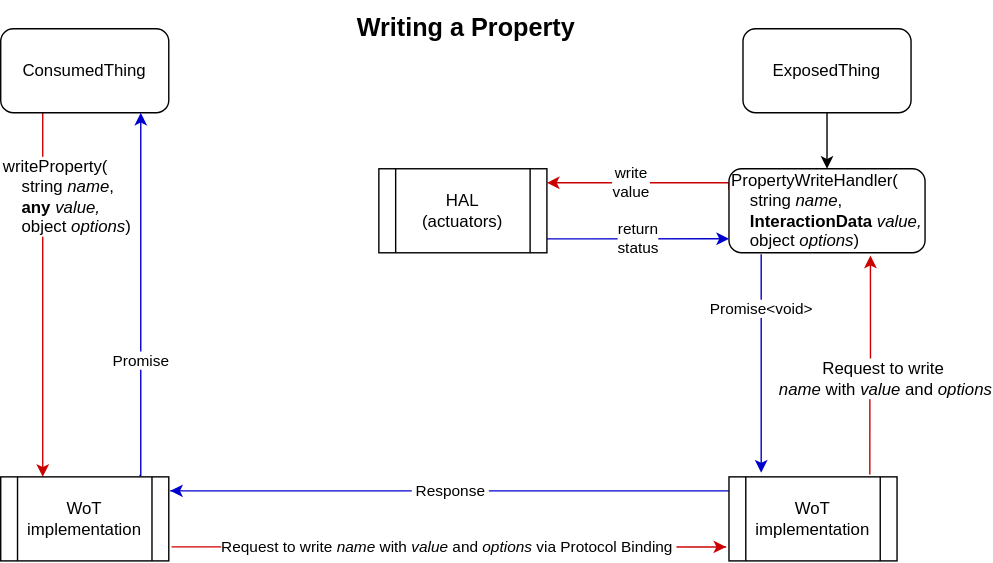
This is images/scripting-write-data.svg from w3c/wot-scripting-api, a draw.io export, as it was before one commit. Source tidied: cells renumbered, new cells last; positions are measured from the earlier drawing's top-left corner, leaving out a move shared by most shapes.
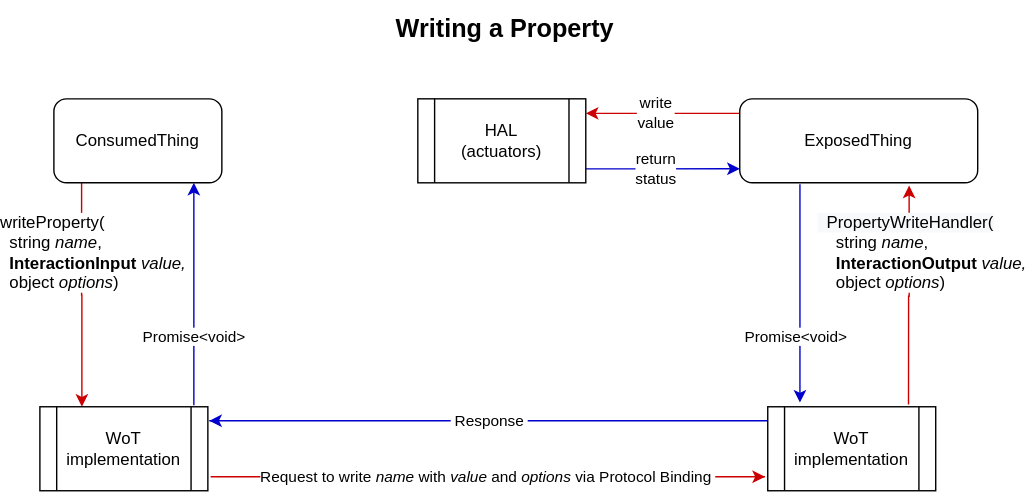
After the commit.

Commit message:
Introduce the InteractionInput type and InteractionOutput interface

What changed in the source:
```diff
@@ -2,11 +2,11 @@
   <root>
     <mxCell id="0" />
     <mxCell id="1" parent="0" />
-    <mxCell id="2" value="&lt;font style=&quot;font-size: 12px&quot;&gt;writeProperty(&lt;br&gt;&amp;nbsp; &amp;nbsp; string &lt;i&gt;name&lt;/i&gt;, &lt;br&gt;&lt;b&gt;&amp;nbsp; &amp;nbsp; any &lt;/b&gt;&lt;i&gt;value,&lt;br&gt;&lt;/i&gt;&amp;nbsp; &amp;nbsp; object &lt;i&gt;options&lt;/i&gt;)&lt;/font&gt;" style="edgeStyle=orthogonalEdgeStyle;rounded=0;jettySize=auto;html=1;exitX=0.25;exitY=1;exitDx=0;exitDy=0;strokeColor=#CC0000;entryX=0.25;entryY=0;entryDx=0;entryDy=0;align=left;" parent="1" edge="1" source="3" target="6">
-      <mxGeometry x="-0.54" y="-30" relative="1" as="geometry" />
+    <mxCell id="2" value="&lt;font style=&quot;font-size: 12px&quot;&gt;writeProperty(&lt;br&gt;&amp;nbsp; string &lt;i&gt;name&lt;/i&gt;, &lt;br&gt;&lt;b&gt;&amp;nbsp; InteractionInput&amp;nbsp;&lt;/b&gt;&lt;i&gt;value,&lt;br&gt;&lt;/i&gt;&amp;nbsp; object &lt;i&gt;options&lt;/i&gt;)&lt;/font&gt;" style="edgeStyle=orthogonalEdgeStyle;rounded=0;jettySize=auto;html=1;exitX=0.165;exitY=0.99;exitDx=0;exitDy=0;strokeColor=#CC0000;entryX=0.25;entryY=0;entryDx=0;entryDy=0;align=left;exitPerimeter=0;" parent="1" edge="1" source="3" target="6">
+      <mxGeometry x="-0.37" y="-60" relative="1" as="geometry" />
     </mxCell>
     <mxCell id="3" value="ConsumedThing" style="rounded=1;whiteSpace=wrap;html=1;" parent="1" vertex="1">
-      <mxGeometry y="20" width="120" height="60" as="geometry" />
+      <mxGeometry x="10" y="120" width="120" height="60" as="geometry" />
     </mxCell>
     <mxCell id="4" value="Request to write &lt;i&gt;name&lt;/i&gt; with &lt;i&gt;value&lt;/i&gt; and &lt;i&gt;options&lt;/i&gt; via Protocol Binding&amp;nbsp;" style="edgeStyle=orthogonalEdgeStyle;rounded=0;orthogonalLoop=1;jettySize=auto;html=1;strokeColor=#CC0000;" parent="1" edge="1">
       <mxGeometry relative="1" as="geometry">
@@ -18,27 +18,22 @@
         </Array>
       </mxGeometry>
     </mxCell>
-    <mxCell id="5" value="Promise" style="edgeStyle=orthogonalEdgeStyle;rounded=0;jettySize=auto;html=1;exitX=0.825;exitY=-0.017;exitDx=0;exitDy=0;exitPerimeter=0;strokeColor=#0000CC;" parent="1" edge="1" source="6">
-      <mxGeometry x="-0.36" relative="1" as="geometry">
-        <mxPoint x="100" y="80" as="targetPoint" />
+    <mxCell id="5" value="Promise&amp;lt;void&amp;gt;" style="edgeStyle=orthogonalEdgeStyle;rounded=0;orthogonalLoop=1;jettySize=auto;html=1;strokeColor=#0000CC;" parent="1" edge="1">
+      <mxGeometry x="-0.38" relative="1" as="geometry">
+        <mxPoint x="110" y="339" as="sourcePoint" />
+        <mxPoint x="110" y="180" as="targetPoint" />
         <Array as="points">
-          <mxPoint x="100" y="339" />
+          <mxPoint x="110" y="339" />
+          <mxPoint x="110" y="80" />
         </Array>
       </mxGeometry>
     </mxCell>
     <mxCell id="6" value="WoT &lt;br&gt;implementation" style="shape=process;whiteSpace=wrap;html=1;backgroundOutline=1;" parent="1" vertex="1">
       <mxGeometry y="340" width="120" height="60" as="geometry" />
     </mxCell>
-    <mxCell id="7" style="edgeStyle=orthogonalEdgeStyle;rounded=0;jettySize=auto;html=1;exitX=0.5;exitY=1;exitDx=0;exitDy=0;entryX=0.5;entryY=0;entryDx=0;entryDy=0;" parent="1" edge="1" source="8" target="13">
-      <mxGeometry relative="1" as="geometry" />
-    </mxCell>
-    <mxCell id="8" value="ExposedThing" style="rounded=1;whiteSpace=wrap;html=1;" parent="1" vertex="1">
-      <mxGeometry x="530" y="20" width="120" height="60" as="geometry" />
-    </mxCell>
-    <mxCell id="9" value="&lt;font style=&quot;font-size: 12px&quot;&gt;&amp;nbsp;Request to write&amp;nbsp;&lt;br&gt;&amp;nbsp;&lt;i&gt;name&lt;/i&gt;&amp;nbsp;with &lt;i&gt;value&lt;/i&gt;&amp;nbsp;and &lt;i&gt;options&lt;/i&gt;&lt;/font&gt;" style="edgeStyle=orthogonalEdgeStyle;rounded=0;jettySize=auto;html=1;exitX=0.838;exitY=-0.028;exitDx=0;exitDy=0;strokeColor=#CC0000;exitPerimeter=0;" parent="1" edge="1" source="11">
-      <mxGeometry x="-0.01" y="-13" relative="1" as="geometry">
+    <mxCell id="9" value="&lt;div style=&quot;text-align: left&quot;&gt;&lt;span style=&quot;background-color: rgb(248 , 249 , 250) ; font-size: 12px&quot;&gt;&amp;nbsp; PropertyWriteHandler(&lt;/span&gt;&lt;/div&gt;&lt;span style=&quot;font-size: 12px ; background-color: rgb(248 , 249 , 250)&quot;&gt;&lt;div style=&quot;text-align: left&quot;&gt;&amp;nbsp; &amp;nbsp; string&amp;nbsp;&lt;i&gt;name&lt;/i&gt;,&lt;/div&gt;&lt;/span&gt;&lt;b style=&quot;font-size: 12px ; background-color: rgb(248 , 249 , 250)&quot;&gt;&lt;div style=&quot;text-align: left&quot;&gt;&lt;b&gt;&amp;nbsp; &amp;nbsp; InteractionOutput&lt;/b&gt;&lt;span style=&quot;font-weight: normal&quot;&gt;&amp;nbsp;&lt;/span&gt;&lt;i style=&quot;font-weight: normal&quot;&gt;value,&lt;/i&gt;&lt;/div&gt;&lt;/b&gt;&lt;span style=&quot;font-size: 12px ; background-color: rgb(248 , 249 , 250)&quot;&gt;&lt;div style=&quot;text-align: left&quot;&gt;&amp;nbsp; &amp;nbsp; object&amp;nbsp;&lt;i&gt;options&lt;/i&gt;)&lt;/div&gt;&lt;/span&gt;" style="edgeStyle=orthogonalEdgeStyle;rounded=0;jettySize=auto;html=1;exitX=0.838;exitY=-0.028;exitDx=0;exitDy=0;strokeColor=#CC0000;exitPerimeter=0;" parent="1" edge="1" source="11">
+      <mxGeometry x="0.39" y="-9" relative="1" as="geometry">
         <mxPoint x="621" y="182" as="targetPoint" />
-        <mxPoint x="-4" y="9" as="offset" />
       </mxGeometry>
     </mxCell>
     <mxCell id="10" value="&amp;nbsp;Response&amp;nbsp;" style="edgeStyle=orthogonalEdgeStyle;rounded=0;orthogonalLoop=1;jettySize=auto;html=1;strokeColor=#0000CC;" parent="1" edge="1">
@@ -54,19 +49,20 @@
     <mxCell id="11" value="WoT &lt;br&gt;implementation" style="shape=process;whiteSpace=wrap;html=1;backgroundOutline=1;" parent="1" vertex="1">
       <mxGeometry x="520" y="340" width="120" height="60" as="geometry" />
     </mxCell>
-    <mxCell id="12" value="write&lt;br&gt;value" style="edgeStyle=orthogonalEdgeStyle;rounded=0;jettySize=auto;html=1;exitX=0;exitY=0.25;exitDx=0;exitDy=0;strokeColor=#CC0000;" parent="1" edge="1" source="13" target="15">
-      <mxGeometry x="0.11" relative="1" as="geometry">
+    <mxCell id="12" value="write&lt;br&gt;value" style="edgeStyle=orthogonalEdgeStyle;rounded=0;jettySize=auto;html=1;exitX=0.004;exitY=0.173;exitDx=0;exitDy=0;strokeColor=#CC0000;exitPerimeter=0;" parent="1" edge="1" source="13" target="15">
+      <mxGeometry x="0.1" relative="1" as="geometry">
         <Array as="points">
-          <mxPoint x="520" y="130" />
+          <mxPoint x="420" y="130" />
+          <mxPoint x="420" y="130" />
         </Array>
       </mxGeometry>
     </mxCell>
-    <mxCell id="13" value="PropertyWriteHandler(&lt;br&gt;&amp;nbsp; &amp;nbsp; string &lt;i&gt;name&lt;/i&gt;,&lt;br&gt;&lt;b&gt;&amp;nbsp; &amp;nbsp; InteractionData&lt;/b&gt; &lt;i&gt;value,&lt;br&gt;&lt;/i&gt;&amp;nbsp; &amp;nbsp; object &lt;i&gt;options&lt;/i&gt;)" style="rounded=1;whiteSpace=wrap;html=1;align=left;" parent="1" vertex="1">
-      <mxGeometry x="520" y="120" width="140" height="60" as="geometry" />
+    <mxCell id="13" value="ExposedThing" style="rounded=1;whiteSpace=wrap;html=1;align=center;" parent="1" vertex="1">
+      <mxGeometry x="500" y="120" width="170" height="60" as="geometry" />
     </mxCell>
     <mxCell id="14" value="return&lt;br&gt;status" style="edgeStyle=orthogonalEdgeStyle;rounded=0;jettySize=auto;html=1;strokeColor=#0000CC;" parent="1" edge="1" source="15">
-      <mxGeometry relative="1" as="geometry">
-        <mxPoint x="520" y="170" as="targetPoint" />
+      <mxGeometry x="-0.09" relative="1" as="geometry">
+        <mxPoint x="500" y="170" as="targetPoint" />
         <Array as="points">
           <mxPoint x="420" y="170" />
           <mxPoint x="420" y="170" />
@@ -84,11 +80,11 @@
     </mxCell>
     <mxCell id="17" value="Promise&amp;lt;void&amp;gt;" style="edgeLabel;html=1;align=center;verticalAlign=middle;" parent="16" vertex="1">
       <mxGeometry x="-0.7" relative="1" as="geometry">
-        <mxPoint y="15.6" as="offset" />
+        <mxPoint x="-3" y="85.5" as="offset" />
       </mxGeometry>
     </mxCell>
     <mxCell id="18" value="&lt;font style=&quot;font-size: 18px&quot;&gt;&lt;b&gt;&amp;nbsp;Writing a Property&lt;/b&gt;&lt;/font&gt;" style="text;html=1;strokeColor=none;fillColor=none;align=center;verticalAlign=middle;whiteSpace=wrap;rounded=0;" parent="1" vertex="1">
-      <mxGeometry x="240" width="180" height="40" as="geometry" />
+      <mxGeometry x="240" y="50" width="180" height="40" as="geometry" />
     </mxCell>
   </root>
 </mxGraphModel>
```
